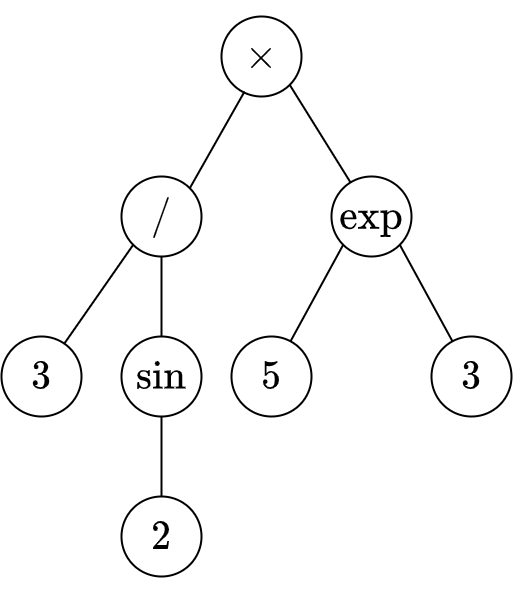
This is img/theoretical_framework/GP Initial Population 2.png from r8vnhill/keen-thesis, a draw.io export, as it was before one commit. Source tidied: cells renumbered, new cells last; positions are measured from the earlier drawing's top-left corner, leaving out a move shared by most shapes. Source of this version:
```xml
<mxGraphModel math="1">
  <root>
    <mxCell id="0" />
    <mxCell id="1" parent="0" />
    <mxCell id="2" value="$$\times$$" style="ellipse;whiteSpace=wrap;html=1;fontSize=35;strokeWidth=2;" parent="1" vertex="1">
      <mxGeometry x="220" width="80" height="80" as="geometry" />
    </mxCell>
    <mxCell id="3" style="rounded=0;jettySize=auto;html=1;exitX=0;exitY=1;exitDx=0;exitDy=0;endArrow=none;endFill=0;strokeWidth=2;" parent="1" edge="1" source="5" target="13">
      <mxGeometry relative="1" as="geometry" />
    </mxCell>
    <mxCell id="4" style="rounded=0;jettySize=auto;html=1;endArrow=none;endFill=0;strokeWidth=2;" parent="1" edge="1" source="5" target="15">
      <mxGeometry relative="1" as="geometry" />
    </mxCell>
    <mxCell id="5" value="$$/$$" style="ellipse;whiteSpace=wrap;html=1;fontSize=35;strokeWidth=2;" parent="1" vertex="1">
      <mxGeometry x="120" y="160" width="80" height="80" as="geometry" />
    </mxCell>
    <mxCell id="6" style="rounded=0;jettySize=auto;html=1;exitX=0;exitY=1;exitDx=0;exitDy=0;endArrow=none;endFill=0;strokeWidth=2;" parent="1" edge="1" source="8" target="11">
      <mxGeometry relative="1" as="geometry" />
    </mxCell>
    <mxCell id="7" style="rounded=0;jettySize=auto;html=1;exitX=1;exitY=1;exitDx=0;exitDy=0;endArrow=none;endFill=0;strokeWidth=2;" parent="1" edge="1" source="8" target="12">
      <mxGeometry relative="1" as="geometry" />
    </mxCell>
    <mxCell id="8" value="$$\exp$$" style="ellipse;whiteSpace=wrap;html=1;fontSize=35;strokeWidth=2;" parent="1" vertex="1">
      <mxGeometry x="330" y="160" width="80" height="80" as="geometry" />
    </mxCell>
    <mxCell id="9" style="endArrow=none;html=1;rounded=0;exitX=1;exitY=0;exitDx=0;exitDy=0;entryX=0.288;entryY=0.938;entryDx=0;entryDy=0;entryPerimeter=0;strokeWidth=2;" parent="1" edge="1" source="5" target="2">
      <mxGeometry relative="1" as="geometry" />
    </mxCell>
    <mxCell id="10" style="rounded=0;jettySize=auto;html=1;exitX=1;exitY=1;exitDx=0;exitDy=0;endArrow=none;endFill=0;strokeWidth=2;" parent="1" edge="1" target="8">
      <mxGeometry relative="1" as="geometry">
        <mxPoint x="288" y="68" as="sourcePoint" />
      </mxGeometry>
    </mxCell>
    <mxCell id="11" value="$$5$$" style="ellipse;whiteSpace=wrap;html=1;fontSize=35;strokeWidth=2;" parent="1" vertex="1">
      <mxGeometry x="230" y="320" width="80" height="80" as="geometry" />
    </mxCell>
    <mxCell id="12" value="$$3$$" style="ellipse;whiteSpace=wrap;html=1;fontSize=35;strokeWidth=2;" parent="1" vertex="1">
      <mxGeometry x="430" y="320" width="80" height="80" as="geometry" />
    </mxCell>
    <mxCell id="13" value="$$3$$" style="ellipse;whiteSpace=wrap;html=1;fontSize=35;strokeWidth=2;" parent="1" vertex="1">
      <mxGeometry y="320" width="80" height="80" as="geometry" />
    </mxCell>
    <mxCell id="14" style="rounded=0;jettySize=auto;html=1;endArrow=none;endFill=0;strokeWidth=2;" parent="1" edge="1" source="15" target="16">
      <mxGeometry relative="1" as="geometry" />
    </mxCell>
    <mxCell id="15" value="$$\sin$$" style="ellipse;whiteSpace=wrap;html=1;fontSize=35;strokeWidth=2;" parent="1" vertex="1">
      <mxGeometry x="120" y="320" width="80" height="80" as="geometry" />
    </mxCell>
    <mxCell id="16" value="$$2$$" style="ellipse;whiteSpace=wrap;html=1;fontSize=35;strokeWidth=2;" parent="1" vertex="1">
      <mxGeometry x="120" y="480" width="80" height="80" as="geometry" />
    </mxCell>
  </root>
</mxGraphModel>
```
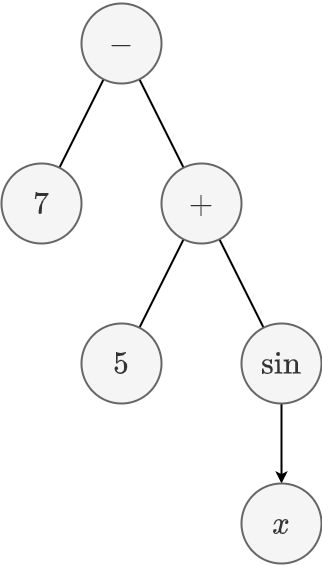
The same diagram one commit later.

Diff of the diagram source:
```diff
@@ -2,52 +2,38 @@
   <root>
     <mxCell id="0" />
     <mxCell id="1" parent="0" />
-    <mxCell id="2" value="$$\times$$" style="ellipse;whiteSpace=wrap;html=1;fontSize=35;strokeWidth=2;" parent="1" vertex="1">
-      <mxGeometry x="220" width="80" height="80" as="geometry" />
-    </mxCell>
-    <mxCell id="3" style="rounded=0;jettySize=auto;html=1;exitX=0;exitY=1;exitDx=0;exitDy=0;endArrow=none;endFill=0;strokeWidth=2;" parent="1" edge="1" source="5" target="13">
-      <mxGeometry relative="1" as="geometry" />
-    </mxCell>
-    <mxCell id="4" style="rounded=0;jettySize=auto;html=1;endArrow=none;endFill=0;strokeWidth=2;" parent="1" edge="1" source="5" target="15">
-      <mxGeometry relative="1" as="geometry" />
-    </mxCell>
-    <mxCell id="5" value="$$/$$" style="ellipse;whiteSpace=wrap;html=1;fontSize=35;strokeWidth=2;" parent="1" vertex="1">
-      <mxGeometry x="120" y="160" width="80" height="80" as="geometry" />
-    </mxCell>
-    <mxCell id="6" style="rounded=0;jettySize=auto;html=1;exitX=0;exitY=1;exitDx=0;exitDy=0;endArrow=none;endFill=0;strokeWidth=2;" parent="1" edge="1" source="8" target="11">
-      <mxGeometry relative="1" as="geometry" />
-    </mxCell>
-    <mxCell id="7" style="rounded=0;jettySize=auto;html=1;exitX=1;exitY=1;exitDx=0;exitDy=0;endArrow=none;endFill=0;strokeWidth=2;" parent="1" edge="1" source="8" target="12">
-      <mxGeometry relative="1" as="geometry" />
-    </mxCell>
-    <mxCell id="8" value="$$\exp$$" style="ellipse;whiteSpace=wrap;html=1;fontSize=35;strokeWidth=2;" parent="1" vertex="1">
-      <mxGeometry x="330" y="160" width="80" height="80" as="geometry" />
-    </mxCell>
-    <mxCell id="9" style="endArrow=none;html=1;rounded=0;exitX=1;exitY=0;exitDx=0;exitDy=0;entryX=0.288;entryY=0.938;entryDx=0;entryDy=0;entryPerimeter=0;strokeWidth=2;" parent="1" edge="1" source="5" target="2">
-      <mxGeometry relative="1" as="geometry" />
-    </mxCell>
-    <mxCell id="10" style="rounded=0;jettySize=auto;html=1;exitX=1;exitY=1;exitDx=0;exitDy=0;endArrow=none;endFill=0;strokeWidth=2;" parent="1" edge="1" target="8">
-      <mxGeometry relative="1" as="geometry">
-        <mxPoint x="288" y="68" as="sourcePoint" />
-      </mxGeometry>
-    </mxCell>
+    <mxCell id="17" style="rounded=0;jettySize=auto;html=1;endArrow=none;endFill=0;strokeWidth=2;" parent="1" edge="1" source="19" target="22">
+      <mxGeometry relative="1" as="geometry" />
+    </mxCell>
+    <mxCell id="18" style="rounded=0;jettySize=auto;html=1;endArrow=none;endFill=0;strokeWidth=2;" parent="1" edge="1" source="19" target="23">
+      <mxGeometry relative="1" as="geometry" />
+    </mxCell>
+    <mxCell id="19" value="$$-$$" style="ellipse;whiteSpace=wrap;html=1;fontSize=27;fillColor=#f5f5f5;fontColor=#333333;strokeColor=#666666;strokeWidth=2;" parent="1" vertex="1">
+      <mxGeometry x="690" y="150" width="80" height="80" as="geometry" />
+    </mxCell>
+    <mxCell id="20" style="rounded=0;jettySize=auto;html=1;endArrow=none;endFill=0;strokeWidth=2;" parent="1" edge="1" source="22" target="11">
+      <mxGeometry relative="1" as="geometry" />
+    </mxCell>
+    <mxCell id="21" style="rounded=0;jettySize=auto;html=1;endArrow=none;endFill=0;strokeWidth=2;" parent="1" edge="1" source="22" target="15">
+      <mxGeometry relative="1" as="geometry" />
+    </mxCell>
+    <mxCell id="22" value="$$+$$" style="ellipse;whiteSpace=wrap;html=1;fontSize=27;fillColor=#f5f5f5;fontColor=#333333;strokeColor=#666666;strokeWidth=2;" parent="1" vertex="1">
+      <mxGeometry x="770" y="310" width="80" height="80" as="geometry" />
+    </mxCell>
+    <mxCell id="23" value="$$7$$" style="ellipse;whiteSpace=wrap;html=1;fontSize=27;fillColor=#f5f5f5;fontColor=#333333;strokeColor=#666666;strokeWidth=2;" parent="1" vertex="1">
+      <mxGeometry x="610" y="310" width="80" height="80" as="geometry" />
+    </mxCell>
-    <mxCell id="11" value="$$5$$" style="ellipse;whiteSpace=wrap;html=1;fontSize=35;strokeWidth=2;" parent="1" vertex="1">
-      <mxGeometry x="230" y="320" width="80" height="80" as="geometry" />
+    <mxCell id="11" value="$$5$$" style="ellipse;whiteSpace=wrap;html=1;fontSize=27;fillColor=#f5f5f5;fontColor=#333333;strokeColor=#666666;strokeWidth=2;" parent="1" vertex="1">
+      <mxGeometry x="690" y="470" width="80" height="80" as="geometry" />
     </mxCell>
-    <mxCell id="12" value="$$3$$" style="ellipse;whiteSpace=wrap;html=1;fontSize=35;strokeWidth=2;" parent="1" vertex="1">
-      <mxGeometry x="430" y="320" width="80" height="80" as="geometry" />
-    </mxCell>
-    <mxCell id="13" value="$$3$$" style="ellipse;whiteSpace=wrap;html=1;fontSize=35;strokeWidth=2;" parent="1" vertex="1">
-      <mxGeometry y="320" width="80" height="80" as="geometry" />
-    </mxCell>
-    <mxCell id="14" style="rounded=0;jettySize=auto;html=1;endArrow=none;endFill=0;strokeWidth=2;" parent="1" edge="1" source="15" target="16">
-      <mxGeometry relative="1" as="geometry" />
-    </mxCell>
+    <mxCell id="24" style="edgeStyle=orthogonalEdgeStyle;rounded=0;jettySize=auto;html=1;strokeWidth=2;" parent="1" edge="1" source="15" target="25">
+      <mxGeometry relative="1" as="geometry" />
+    </mxCell>
-    <mxCell id="15" value="$$\sin$$" style="ellipse;whiteSpace=wrap;html=1;fontSize=35;strokeWidth=2;" parent="1" vertex="1">
-      <mxGeometry x="120" y="320" width="80" height="80" as="geometry" />
+    <mxCell id="15" value="$$\sin$$" style="ellipse;whiteSpace=wrap;html=1;fontSize=27;fillColor=#f5f5f5;fontColor=#333333;strokeColor=#666666;strokeWidth=2;" parent="1" vertex="1">
+      <mxGeometry x="850" y="470" width="80" height="80" as="geometry" />
     </mxCell>
-    <mxCell id="16" value="$$2$$" style="ellipse;whiteSpace=wrap;html=1;fontSize=35;strokeWidth=2;" parent="1" vertex="1">
-      <mxGeometry x="120" y="480" width="80" height="80" as="geometry" />
-    </mxCell>
+    <mxCell id="25" value="$$x$$" style="ellipse;whiteSpace=wrap;html=1;fontSize=27;fillColor=#f5f5f5;fontColor=#333333;strokeColor=#666666;strokeWidth=2;" parent="1" vertex="1">
+      <mxGeometry x="850" y="630" width="80" height="80" as="geometry" />
+    </mxCell>
   </root>
 </mxGraphModel>
```
